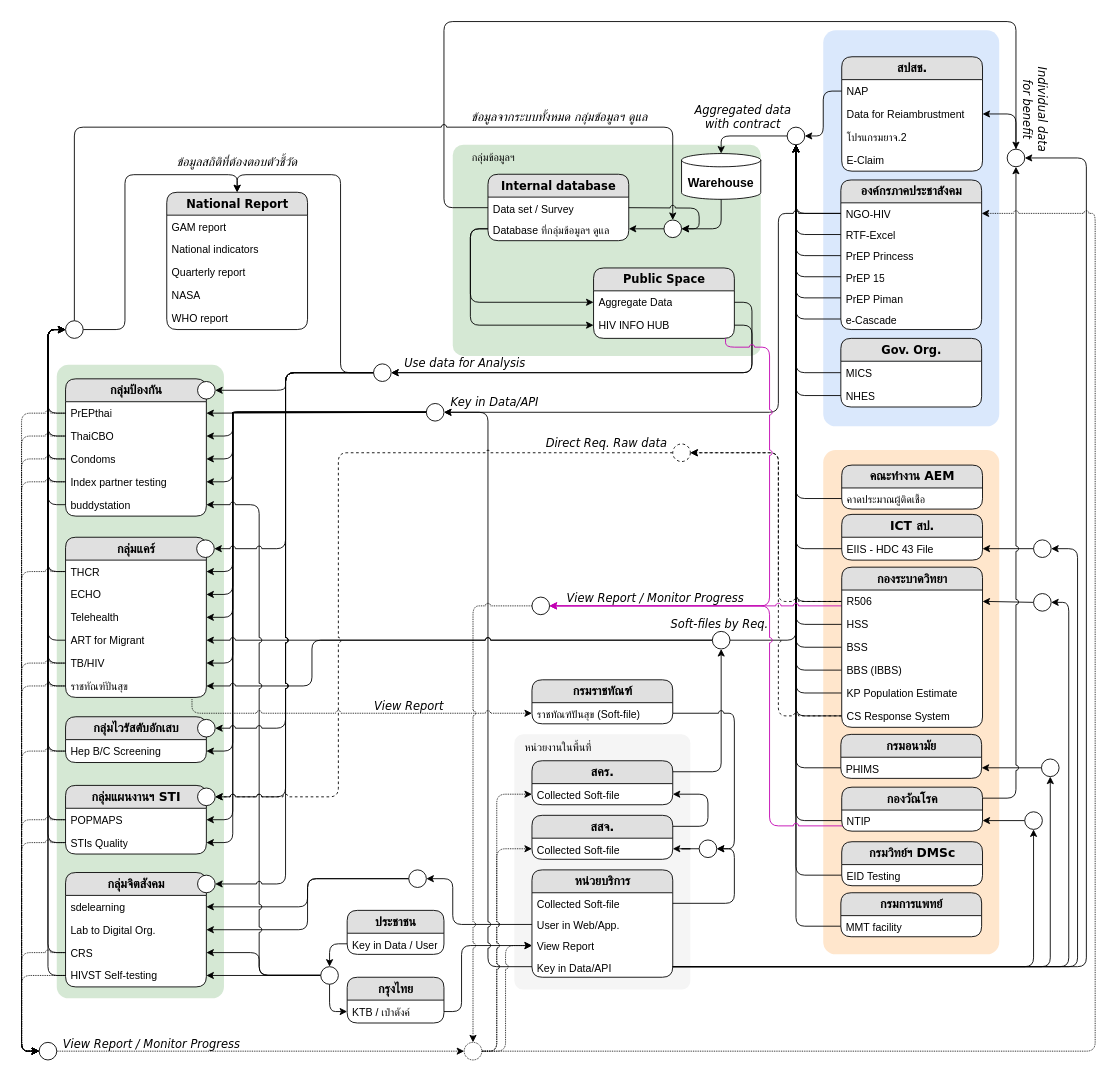
Before: page "V3" (1 of 4) of DataSourceOVW.drawio in anun311/regist, a draw.io diagram. Source tidied: cells renumbered, new cells numbered last; positions are measured from the earlier drawing's top-left corner, leaving out a move shared by most shapes. Both pictures are drawn from the tidied source at 88%, with x=0, y=0 at pixel (39, 21).
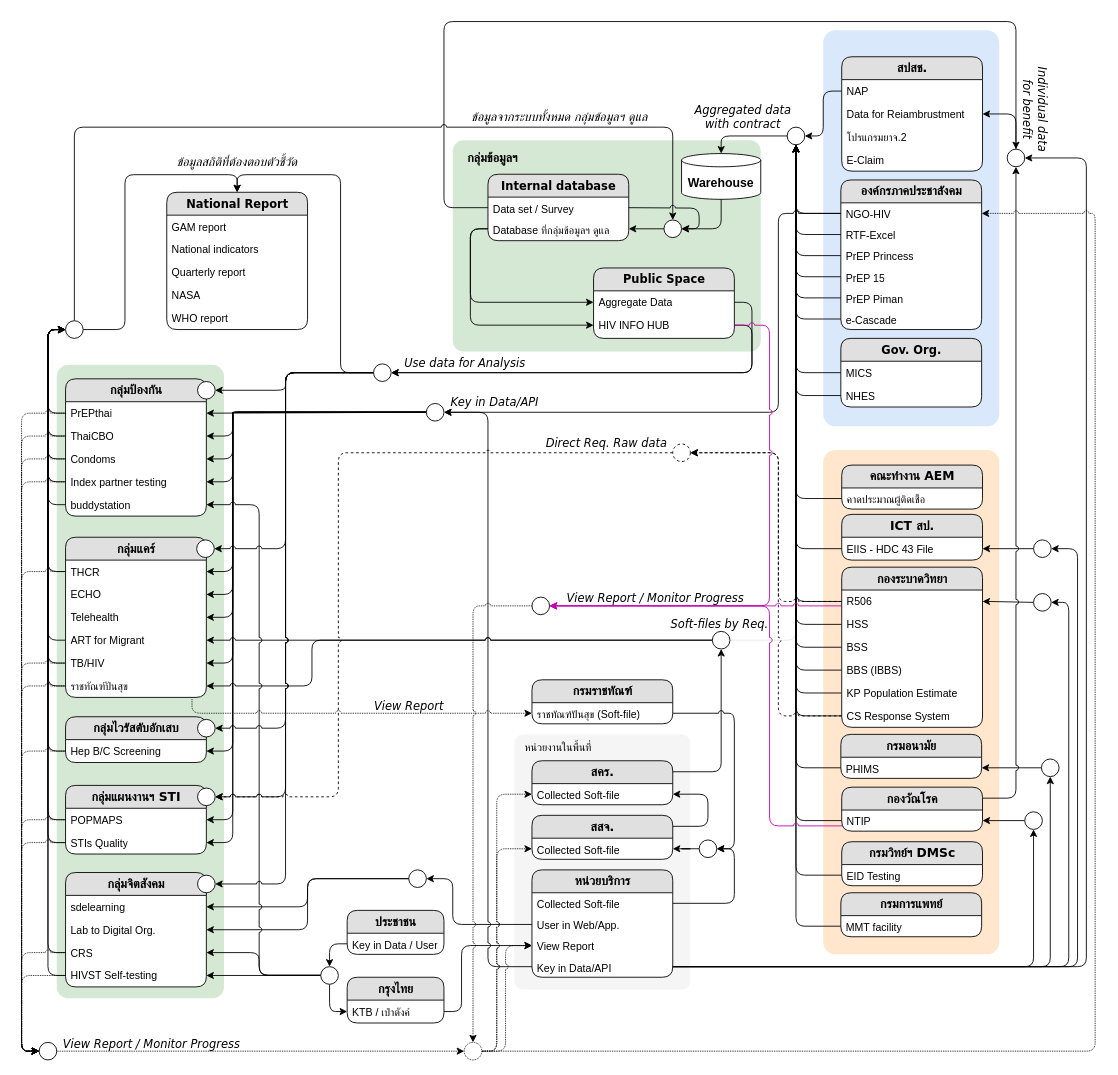
The same page after the edit.

The change refers to these unchanged cells:
```xml
<mxCell id="58" style="ellipse;whiteSpace=wrap;html=1;fontFamily=Helvetica;fontSize=11;fontColor=default;" parent="1" vertex="1">
  <mxGeometry x="850" y="120" width="20" height="20" as="geometry" />
</mxCell>
<mxCell id="189" style="ellipse;whiteSpace=wrap;html=1;fontFamily=Helvetica;fontSize=11;fontColor=default;" parent="1" vertex="1">
  <mxGeometry x="765" y="693" width="20" height="20" as="geometry" />
</mxCell>
<mxCell id="223" style="ellipse;whiteSpace=wrap;html=1;fontFamily=Helvetica;fontSize=11;fontColor=default;" parent="1" vertex="1">
  <mxGeometry x="560" y="654" width="20" height="20" as="geometry" />
</mxCell>
<mxCell id="249" style="ellipse;whiteSpace=wrap;html=1;fontFamily=Helvetica;fontSize=11;fontColor=default;fillColor=none;strokeColor=none;" parent="1" vertex="1">
  <mxGeometry x="770" y="340" width="20" height="20" as="geometry" />
</mxCell>
```

Change to the diagram source:
```diff
@@
     <mxCell id="37" style="rounded=1;whiteSpace=wrap;html=1;fontFamily=Helvetica;fontSize=11;arcSize=5;fillColor=#d5e8d4;strokeColor=none;" parent="1" vertex="1">
-      <mxGeometry x="470" y="140" width="350" height="240" as="geometry" />
+      <mxGeometry x="470" y="135" width="350" height="240" as="geometry" />
     </mxCell>
@@
-    <mxCell id="51" value="กลุ่มข้อมูลฯ" style="text;html=1;strokeColor=none;fillColor=none;align=left;verticalAlign=middle;whiteSpace=wrap;rounded=0;fontSize=12;fontFamily=Verdana;fontColor=default;fontStyle=0;" parent="1" vertex="1">
-      <mxGeometry x="490" y="140" width="110" height="30" as="geometry" />
+    <mxCell id="51" value="&lt;font style=&quot;font-size: 14px;&quot;&gt;&lt;b&gt;กลุ่มข้อมูลฯ&lt;/b&gt;&lt;/font&gt;" style="text;html=1;strokeColor=none;fillColor=none;align=left;verticalAlign=middle;whiteSpace=wrap;rounded=0;fontSize=12;fontFamily=Verdana;fontColor=default;fontStyle=0;" parent="1" vertex="1">
+      <mxGeometry x="485" y="140" width="110" height="30" as="geometry" />
     </mxCell>
@@
-    <mxCell id="85" style="edgeStyle=orthogonalEdgeStyle;shape=connector;rounded=1;jumpStyle=arc;jettySize=auto;html=1;labelBackgroundColor=default;strokeColor=default;align=center;verticalAlign=middle;fontFamily=Helvetica;fontSize=11;fontColor=default;endArrow=classic;entryX=0.5;entryY=1;entryDx=0;entryDy=0;exitX=1;exitY=0.5;exitDx=0;exitDy=0;" parent="1" edge="1" source="189" target="58">
+    <mxCell id="85" style="edgeStyle=orthogonalEdgeStyle;shape=connector;rounded=1;jumpStyle=arc;jettySize=auto;html=1;labelBackgroundColor=default;strokeColor=default;align=center;verticalAlign=middle;fontFamily=Helvetica;fontSize=11;fontColor=default;endArrow=classic;entryX=0.5;entryY=1;entryDx=0;entryDy=0;exitX=1;exitY=0.5;exitDx=0;exitDy=0;strokeWidth=0;" parent="1" edge="1" source="189" target="58">
       <mxGeometry relative="1" as="geometry" />
     </mxCell>
@@
-    <mxCell id="226" style="edgeStyle=orthogonalEdgeStyle;shape=connector;rounded=1;jumpStyle=arc;jettySize=auto;html=1;entryX=1;entryY=0.5;entryDx=0;entryDy=0;labelBackgroundColor=default;strokeColor=#C200B2;align=center;verticalAlign=middle;fontFamily=Helvetica;fontSize=11;fontColor=default;endArrow=classic;exitX=0.5;exitY=1;exitDx=0;exitDy=0;" parent="1" edge="1" source="249" target="223">
+    <mxCell id="226" style="edgeStyle=orthogonalEdgeStyle;shape=connector;rounded=1;jumpStyle=arc;jettySize=auto;html=1;entryX=1;entryY=0.5;entryDx=0;entryDy=0;labelBackgroundColor=default;strokeColor=#C200B2;align=center;verticalAlign=middle;fontFamily=Helvetica;fontSize=11;fontColor=default;endArrow=classic;exitX=1.004;exitY=0.255;exitDx=0;exitDy=0;exitPerimeter=0;" parent="1" edge="1" source="249" target="223">
       <mxGeometry relative="1" as="geometry">
         <Array as="points">
-          <mxPoint x="780" y="370" />
-          <mxPoint x="830" y="370" />
+          <mxPoint x="830" y="345" />
           <mxPoint x="830" y="664" />
         </Array>
       </mxGeometry>
     </mxCell>
```
